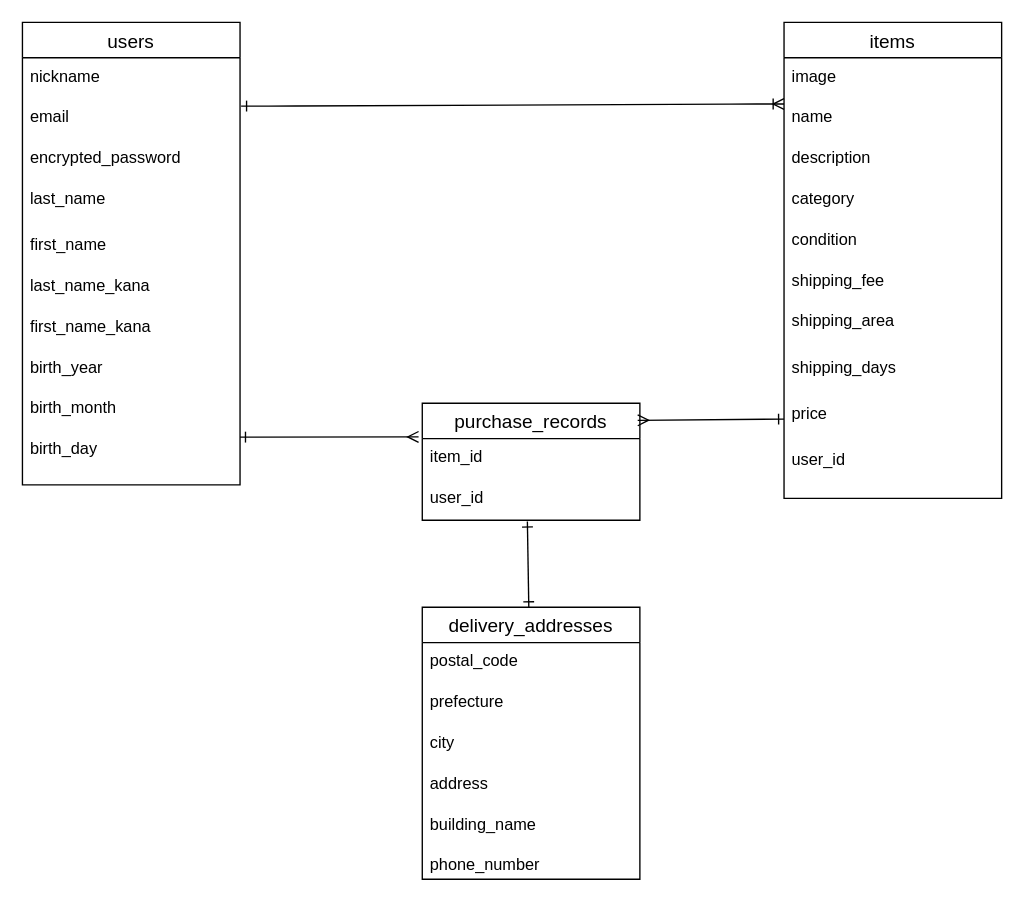
This is ER.dio from Maesawa-code/furima-41754, a draw.io file, before an edit. Source tidied: cells renumbered, new cells numbered last; positions are measured from the earlier drawing's top-left corner, leaving out a move shared by most shapes. Both pictures are drawn from the tidied source at 136%, with x=0, y=0 at pixel (22, 22).
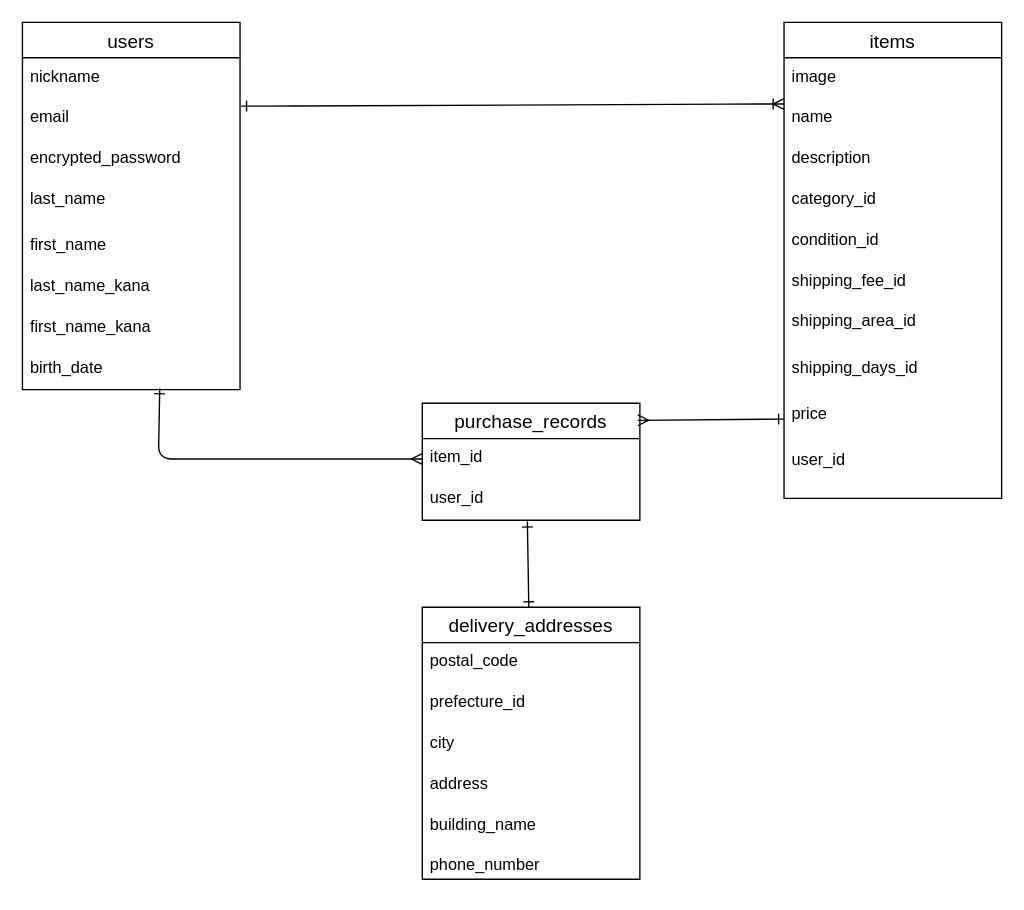
The same diagram, later.

Commit message (it also covers changes not shown here):
データベース設計（修正）

Unchanged cells that the change refers to:
```xml
<mxCell id="9" value="items" style="swimlane;fontStyle=0;horizontal=1;startSize=26;align=center;fontSize=14;" parent="1" vertex="1">
  <mxGeometry x="560" width="160" height="350" as="geometry" />
</mxCell>
<mxCell id="21" value="item_id" style="text;strokeColor=none;fillColor=none;spacingLeft=4;spacingRight=4;overflow=hidden;points=[[0,0.5],[1,0.5]];portConstraint=eastwest;fontSize=12;" parent="20" vertex="1">
  <mxGeometry y="26" width="160" height="30" as="geometry" />
</mxCell>
<mxCell id="24" value="delivery_addresses" style="swimlane;fontStyle=0;horizontal=1;startSize=26;align=center;fontSize=14;" parent="1" vertex="1">
  <mxGeometry x="294" y="430" width="160" height="200" as="geometry" />
</mxCell>
```

The edit, as a diff of the source:
```diff
@@
     <mxCell id="2" value="users" style="swimlane;fontStyle=0;horizontal=1;startSize=26;align=center;fontSize=14;" parent="1" vertex="1">
-      <mxGeometry width="160" height="340" as="geometry" />
+      <mxGeometry width="160" height="270" as="geometry" />
     </mxCell>
@@
-    <mxCell id="7" value="birth_year" style="text;strokeColor=none;fillColor=none;spacingLeft=4;spacingRight=4;overflow=hidden;points=[[0,0.5],[1,0.5]];portConstraint=eastwest;fontSize=12;" parent="2" vertex="1">
+    <mxCell id="7" value="birth_date" style="text;strokeColor=none;fillColor=none;spacingLeft=4;spacingRight=4;overflow=hidden;points=[[0,0.5],[1,0.5]];portConstraint=eastwest;fontSize=12;" parent="2" vertex="1">
       <mxGeometry y="240" width="160" height="30" as="geometry" />
     </mxCell>
-    <mxCell id="8" value="birth_month" style="text;strokeColor=none;fillColor=none;spacingLeft=4;spacingRight=4;overflow=hidden;points=[[0,0.5],[1,0.5]];portConstraint=eastwest;fontSize=12;" parent="2" vertex="1">
-      <mxGeometry y="270" width="160" height="70" as="geometry" />
-    </mxCell>
@@
-    <mxCell id="13" value="category" style="text;strokeColor=none;fillColor=none;spacingLeft=4;spacingRight=4;overflow=hidden;fontSize=12;" parent="9" vertex="1">
+    <mxCell id="13" value="category_id" style="text;strokeColor=none;fillColor=none;spacingLeft=4;spacingRight=4;overflow=hidden;fontSize=12;" parent="9" vertex="1">
       <mxGeometry y="116" width="160" height="30" as="geometry" />
     </mxCell>
-    <mxCell id="14" value="condition" style="text;strokeColor=none;fillColor=none;spacingLeft=4;spacingRight=4;overflow=hidden;fontSize=12;" parent="9" vertex="1">
+    <mxCell id="14" value="condition_id" style="text;strokeColor=none;fillColor=none;spacingLeft=4;spacingRight=4;overflow=hidden;fontSize=12;" parent="9" vertex="1">
       <mxGeometry y="146" width="160" height="30" as="geometry" />
     </mxCell>
-    <mxCell id="15" value="shipping_fee" style="text;strokeColor=none;fillColor=none;spacingLeft=4;spacingRight=4;overflow=hidden;fontSize=12;" parent="9" vertex="1">
+    <mxCell id="15" value="shipping_fee_id" style="text;strokeColor=none;fillColor=none;spacingLeft=4;spacingRight=4;overflow=hidden;fontSize=12;" parent="9" vertex="1">
       <mxGeometry y="176" width="160" height="30" as="geometry" />
     </mxCell>
-    <mxCell id="16" value="shipping_area" style="text;strokeColor=none;fillColor=none;spacingLeft=4;spacingRight=4;overflow=hidden;fontSize=12;" parent="9" vertex="1">
+    <mxCell id="16" value="shipping_area_id" style="text;strokeColor=none;fillColor=none;spacingLeft=4;spacingRight=4;overflow=hidden;fontSize=12;" parent="9" vertex="1">
       <mxGeometry y="206" width="160" height="34" as="geometry" />
     </mxCell>
-    <mxCell id="17" value="shipping_days" style="text;strokeColor=none;fillColor=none;spacingLeft=4;spacingRight=4;overflow=hidden;fontSize=12;" parent="9" vertex="1">
+    <mxCell id="17" value="shipping_days_id" style="text;strokeColor=none;fillColor=none;spacingLeft=4;spacingRight=4;overflow=hidden;fontSize=12;" parent="9" vertex="1">
       <mxGeometry y="240" width="160" height="34" as="geometry" />
     </mxCell>
@@
-    <mxCell id="26" value="prefecture" style="text;strokeColor=none;fillColor=none;spacingLeft=4;spacingRight=4;overflow=hidden;fontSize=12;" parent="24" vertex="1">
+    <mxCell id="26" value="prefecture_id" style="text;strokeColor=none;fillColor=none;spacingLeft=4;spacingRight=4;overflow=hidden;fontSize=12;" parent="24" vertex="1">
       <mxGeometry y="56" width="160" height="30" as="geometry" />
     </mxCell>
@@
-    <mxCell id="32" value="birth_day" style="text;strokeColor=none;fillColor=none;spacingLeft=4;spacingRight=4;overflow=hidden;fontSize=12;" parent="1" vertex="1">
-      <mxGeometry y="300" width="160" height="30" as="geometry" />
-    </mxCell>
-    <mxCell id="33" style="edgeStyle=none;html=1;entryX=-0.017;entryY=-0.041;entryDx=0;entryDy=0;entryPerimeter=0;startArrow=ERone;startFill=0;endArrow=ERmany;endFill=0;" parent="1" edge="1" source="8" target="21">
-      <mxGeometry relative="1" as="geometry" />
+    <mxCell id="33" style="edgeStyle=none;html=1;entryX=0;entryY=0.5;entryDx=0;entryDy=0;startArrow=ERone;startFill=0;endArrow=ERmany;endFill=0;exitX=0.631;exitY=0.967;exitDx=0;exitDy=0;exitPerimeter=0;" parent="1" edge="1" source="7" target="21">
+      <mxGeometry relative="1" as="geometry">
+        <Array as="points">
+          <mxPoint x="100" y="321" />
+        </Array>
+      </mxGeometry>
     </mxCell>
```
